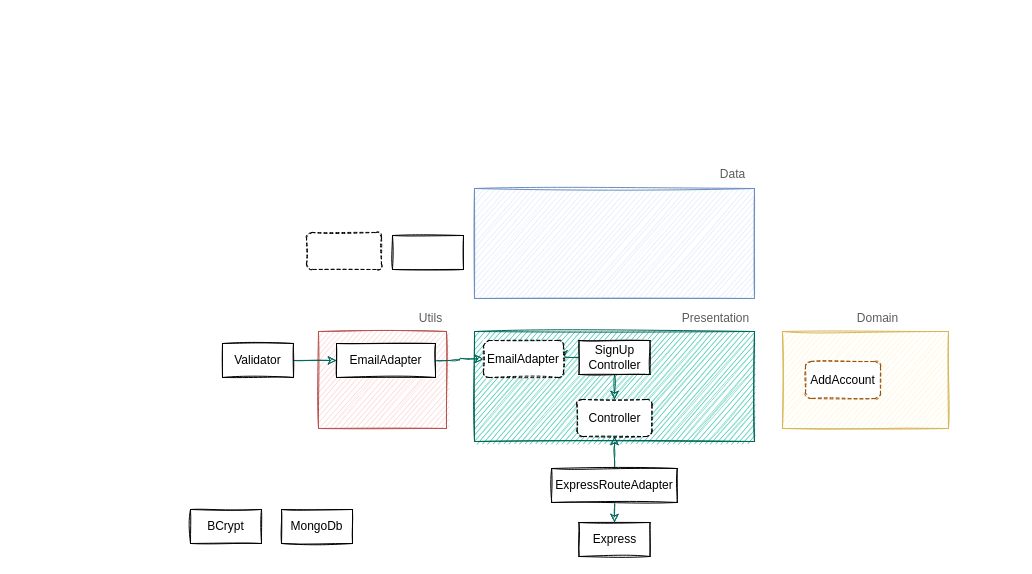
Above: Untitled Diagram.drawio in alioshr/Alioshr (draw.io), before the change. Source tidied: cells renumbered, new cells numbered last; positions are measured from the earlier drawing's top-left corner, leaving out a move shared by most shapes. Both pictures are drawn from the tidied source at 100%, with x=0, y=0 at pixel (190, 164).
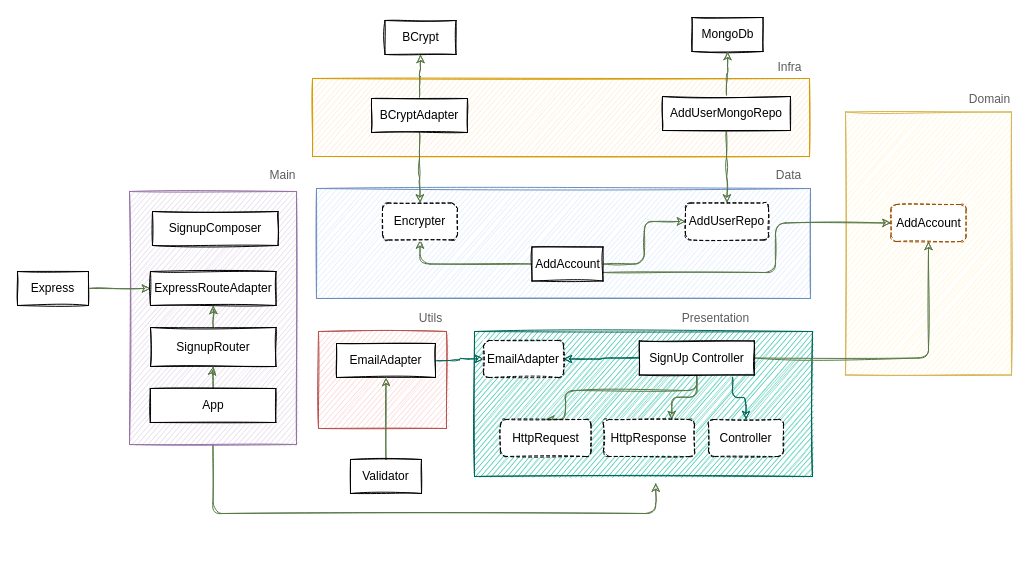
The same diagram, later.

Unchanged cells that the change refers to:
```xml
<mxCell id="26" value="EmailAdapter" style="rounded=0;whiteSpace=wrap;html=1;sketch=1;" parent="1" vertex="1">
  <mxGeometry x="146" y="179" width="99" height="34" as="geometry" />
</mxCell>
```

Diff of the diagram source:
```diff
@@
+    <mxCell id="28" style="rounded=0;whiteSpace=wrap;html=1;sketch=1;strokeColor=#d79b00;fillColor=#ffe6cc;" parent="1" vertex="1">
+      <mxGeometry x="122" y="-86" width="497" height="78" as="geometry" />
+    </mxCell>
+    <mxCell id="29" style="edgeStyle=orthogonalEdgeStyle;rounded=1;sketch=1;jettySize=auto;html=1;fontColor=#5C5C5C;strokeColor=#577845;fillColor=#21C0A5;entryX=0.536;entryY=1.045;entryDx=0;entryDy=0;entryPerimeter=0;exitX=0.5;exitY=1;exitDx=0;exitDy=0;" parent="1" edge="1" source="30" target="2">
+      <mxGeometry relative="1" as="geometry">
+        <Array as="points">
+          <mxPoint x="23" y="349" />
+          <mxPoint x="465" y="349" />
+        </Array>
+      </mxGeometry>
+    </mxCell>
+    <mxCell id="30" style="rounded=0;whiteSpace=wrap;html=1;sketch=1;strokeColor=#9673a6;fillColor=#e1d5e7;" parent="1" vertex="1">
+      <mxGeometry x="-61" y="27" width="167" height="253" as="geometry" />
+    </mxCell>
     <mxCell id="2" style="rounded=0;whiteSpace=wrap;html=1;sketch=1;fontColor=#5C5C5C;strokeColor=#006658;fillColor=#21C0A5;" parent="1" vertex="1">
-      <mxGeometry x="284" y="167" width="280" height="110" as="geometry" />
+      <mxGeometry x="284" y="167" width="338" height="145" as="geometry" />
     </mxCell>
@@
     <mxCell id="4" style="rounded=0;whiteSpace=wrap;html=1;sketch=1;strokeColor=#6c8ebf;fillColor=#dae8fc;" parent="1" vertex="1">
-      <mxGeometry x="284" y="24" width="280" height="110" as="geometry" />
+      <mxGeometry x="126" y="24" width="494" height="110" as="geometry" />
     </mxCell>
     <mxCell id="5" value="Data" style="text;html=1;align=center;verticalAlign=middle;strokeColor=none;fontColor=#5C5C5C;" parent="1" vertex="1">
-      <mxGeometry x="522" width="40" height="20" as="geometry" />
+      <mxGeometry x="578" y="1" width="40" height="20" as="geometry" />
     </mxCell>
     <mxCell id="6" style="rounded=0;whiteSpace=wrap;html=1;sketch=1;strokeColor=#d6b656;fillColor=#fff2cc;" parent="1" vertex="1">
-      <mxGeometry x="592" y="167" width="166" height="97" as="geometry" />
+      <mxGeometry x="655" y="-52.5" width="166" height="263" as="geometry" />
     </mxCell>
@@
     <mxCell id="8" value="Domain" style="text;html=1;align=center;verticalAlign=middle;strokeColor=none;fontColor=#5C5C5C;" parent="1" vertex="1">
-      <mxGeometry x="661" y="145" width="51" height="18" as="geometry" />
+      <mxGeometry x="773" y="-74" width="51" height="18" as="geometry" />
     </mxCell>
@@
-    <mxCell id="10" style="rounded=0;whiteSpace=wrap;html=1;sketch=1;" parent="1" vertex="1">
-      <mxGeometry x="202" y="71" width="71" height="34" as="geometry" />
-    </mxCell>
-    <mxCell id="11" style="rounded=1;whiteSpace=wrap;html=1;sketch=1;dashed=1;shadow=0;" parent="1" vertex="1">
-      <mxGeometry x="116" y="68" width="75" height="37" as="geometry" />
-    </mxCell>
-    <mxCell id="12" value="Express" style="rounded=0;whiteSpace=wrap;html=1;sketch=1;" parent="1" vertex="1">
-      <mxGeometry x="388.5" y="358" width="71" height="34" as="geometry" />
-    </mxCell>
-    <mxCell id="13" style="edgeStyle=orthogonalEdgeStyle;rounded=1;sketch=1;jettySize=auto;html=1;exitX=0.5;exitY=1;exitDx=0;exitDy=0;entryX=0.5;entryY=0;entryDx=0;entryDy=0;fontColor=#5C5C5C;strokeColor=#006658;fillColor=#21C0A5;" parent="1" edge="1" source="15" target="12">
-      <mxGeometry relative="1" as="geometry" />
+    <mxCell id="13" style="edgeStyle=orthogonalEdgeStyle;rounded=1;sketch=1;orthogonalLoop=1;jettySize=auto;html=1;exitX=0.5;exitY=1;exitDx=0;exitDy=0;entryX=0.5;entryY=0;entryDx=0;entryDy=0;fontColor=#5C5C5C;strokeColor=#006658;fillColor=#21C0A5;" parent="1" edge="1">
+      <mxGeometry relative="1" as="geometry">
+        <mxPoint x="424" y="443" as="targetPoint" />
+      </mxGeometry>
     </mxCell>
-    <mxCell id="14" style="edgeStyle=orthogonalEdgeStyle;rounded=1;sketch=1;jettySize=auto;html=1;fontColor=#5C5C5C;strokeColor=#006658;fillColor=#21C0A5;" parent="1" edge="1" source="15" target="16">
-      <mxGeometry relative="1" as="geometry" />
-    </mxCell>
-    <mxCell id="15" value="ExpressRouteAdapter" style="rounded=0;whiteSpace=wrap;html=1;sketch=1;" parent="1" vertex="1">
-      <mxGeometry x="361.2" y="304" width="125.5" height="34" as="geometry" />
-    </mxCell>
     <mxCell id="16" value="Controller" style="rounded=1;whiteSpace=wrap;html=1;sketch=1;dashed=1;shadow=0;" parent="1" vertex="1">
-      <mxGeometry x="386.5" y="235" width="75" height="37" as="geometry" />
+      <mxGeometry x="518" y="255" width="75" height="37" as="geometry" />
     </mxCell>
-    <mxCell id="17" style="edgeStyle=orthogonalEdgeStyle;rounded=1;sketch=1;jettySize=auto;html=1;exitX=0.5;exitY=1;exitDx=0;exitDy=0;entryX=0.5;entryY=0;entryDx=0;entryDy=0;fontColor=#5C5C5C;strokeColor=#006658;fillColor=#21C0A5;" parent="1" edge="1" source="19" target="16">
-      <mxGeometry relative="1" as="geometry" />
+    <mxCell id="17" style="edgeStyle=orthogonalEdgeStyle;rounded=1;sketch=1;jettySize=auto;html=1;exitX=0.811;exitY=1.074;exitDx=0;exitDy=0;entryX=0.5;entryY=0;entryDx=0;entryDy=0;fontColor=#5C5C5C;strokeColor=#006658;fillColor=#21C0A5;exitPerimeter=0;" parent="1" edge="1" source="19" target="16">
+      <mxGeometry relative="1" as="geometry">
+        <Array as="points">
+          <mxPoint x="542" y="233" />
+          <mxPoint x="556" y="233" />
+        </Array>
+      </mxGeometry>
     </mxCell>
@@
+    <mxCell id="31" style="edgeStyle=orthogonalEdgeStyle;rounded=1;sketch=1;jettySize=auto;html=1;entryX=0.5;entryY=1;entryDx=0;entryDy=0;fontColor=#5C5C5C;strokeColor=#577845;fillColor=#21C0A5;" parent="1" edge="1" source="19" target="20">
+      <mxGeometry relative="1" as="geometry" />
+    </mxCell>
+    <mxCell id="32" style="edgeStyle=orthogonalEdgeStyle;rounded=1;sketch=1;jettySize=auto;html=1;entryX=0.75;entryY=0;entryDx=0;entryDy=0;fontColor=#5C5C5C;strokeColor=#577845;fillColor=#21C0A5;" parent="1" edge="1" source="19" target="55">
+      <mxGeometry relative="1" as="geometry" />
+    </mxCell>
+    <mxCell id="33" style="edgeStyle=orthogonalEdgeStyle;rounded=1;sketch=1;jettySize=auto;html=1;entryX=0.5;entryY=0;entryDx=0;entryDy=0;fontColor=#5C5C5C;strokeColor=#577845;fillColor=#21C0A5;" parent="1" edge="1" source="19" target="54">
+      <mxGeometry relative="1" as="geometry">
+        <Array as="points">
+          <mxPoint x="506" y="226" />
+          <mxPoint x="375" y="226" />
+        </Array>
+      </mxGeometry>
+    </mxCell>
     <mxCell id="19" value="SignUp Controller" style="rounded=0;whiteSpace=wrap;html=1;sketch=1;" parent="1" vertex="1">
-      <mxGeometry x="388.5" y="176" width="71" height="34" as="geometry" />
+      <mxGeometry x="448.8" y="176.5" width="115" height="34" as="geometry" />
     </mxCell>
     <mxCell id="20" value="AddAccount" style="rounded=1;whiteSpace=wrap;html=1;sketch=1;dashed=1;shadow=0;strokeColor=#994C00;" parent="1" vertex="1">
-      <mxGeometry x="615" y="197" width="75" height="37" as="geometry" />
+      <mxGeometry x="700.5" y="40" width="75" height="37" as="geometry" />
     </mxCell>
     <mxCell id="21" value="MongoDb" style="rounded=0;whiteSpace=wrap;html=1;sketch=1;" parent="1" vertex="1">
-      <mxGeometry x="91" y="345" width="71" height="34" as="geometry" />
+      <mxGeometry x="501.5" y="-147" width="71" height="34" as="geometry" />
     </mxCell>
-    <mxCell id="22" style="edgeStyle=orthogonalEdgeStyle;rounded=1;sketch=1;jettySize=auto;html=1;exitX=1;exitY=0.5;exitDx=0;exitDy=0;fontColor=#5C5C5C;strokeColor=#006658;fillColor=#21C0A5;" parent="1" edge="1" source="23" target="26">
+    <mxCell id="22" style="edgeStyle=orthogonalEdgeStyle;rounded=1;sketch=1;jettySize=auto;html=1;entryX=0.5;entryY=1;entryDx=0;entryDy=0;fontColor=#5C5C5C;strokeColor=#577845;fillColor=#21C0A5;" parent="1" edge="1" source="23" target="26">
       <mxGeometry relative="1" as="geometry" />
     </mxCell>
     <mxCell id="23" value="Validator" style="rounded=0;whiteSpace=wrap;html=1;sketch=1;" parent="1" vertex="1">
-      <mxGeometry x="32" y="179" width="71" height="34" as="geometry" />
+      <mxGeometry x="160" y="295" width="71" height="34" as="geometry" />
     </mxCell>
     <mxCell id="24" value="BCrypt" style="rounded=0;whiteSpace=wrap;html=1;sketch=1;" parent="1" vertex="1">
-      <mxGeometry y="345" width="71" height="34" as="geometry" />
+      <mxGeometry x="194.5" y="-144" width="71" height="34" as="geometry" />
     </mxCell>
@@
+    <mxCell id="34" style="edgeStyle=orthogonalEdgeStyle;rounded=1;sketch=1;jettySize=auto;html=1;fontColor=#5C5C5C;strokeColor=#577845;fillColor=#21C0A5;" parent="1" edge="1" source="37" target="41">
+      <mxGeometry relative="1" as="geometry" />
+    </mxCell>
+    <mxCell id="35" style="edgeStyle=orthogonalEdgeStyle;rounded=1;sketch=1;jettySize=auto;html=1;entryX=0;entryY=0.5;entryDx=0;entryDy=0;fontColor=#5C5C5C;strokeColor=#577845;fillColor=#21C0A5;" parent="1" edge="1" source="37" target="20">
+      <mxGeometry relative="1" as="geometry">
+        <Array as="points">
+          <mxPoint x="585" y="108" />
+          <mxPoint x="585" y="59" />
+        </Array>
+      </mxGeometry>
+    </mxCell>
+    <mxCell id="36" style="edgeStyle=orthogonalEdgeStyle;rounded=1;sketch=1;jettySize=auto;html=1;entryX=0;entryY=0.5;entryDx=0;entryDy=0;fontColor=#5C5C5C;strokeColor=#577845;fillColor=#21C0A5;" parent="1" edge="1" source="37" target="46">
+      <mxGeometry relative="1" as="geometry" />
+    </mxCell>
+    <mxCell id="37" value="AddAccount" style="rounded=0;whiteSpace=wrap;html=1;sketch=1;" parent="1" vertex="1">
+      <mxGeometry x="341.5" y="82.5" width="71" height="34" as="geometry" />
+    </mxCell>
+    <mxCell id="38" style="edgeStyle=orthogonalEdgeStyle;rounded=1;sketch=1;jettySize=auto;html=1;fontColor=#5C5C5C;strokeColor=#577845;fillColor=#21C0A5;" parent="1" edge="1" source="40" target="41">
+      <mxGeometry relative="1" as="geometry" />
+    </mxCell>
+    <mxCell id="39" style="edgeStyle=orthogonalEdgeStyle;rounded=1;sketch=1;jettySize=auto;html=1;fontColor=#5C5C5C;strokeColor=#577845;fillColor=#21C0A5;" parent="1" edge="1" source="40" target="24">
+      <mxGeometry relative="1" as="geometry" />
+    </mxCell>
+    <mxCell id="40" value="BCryptAdapter" style="rounded=0;whiteSpace=wrap;html=1;sketch=1;" parent="1" vertex="1">
+      <mxGeometry x="181" y="-66" width="96" height="34" as="geometry" />
+    </mxCell>
+    <mxCell id="41" value="Encrypter" style="rounded=1;whiteSpace=wrap;html=1;sketch=1;dashed=1;shadow=0;" parent="1" vertex="1">
+      <mxGeometry x="192" y="38.5" width="75" height="37" as="geometry" />
+    </mxCell>
+    <mxCell id="42" value="Infra" style="text;html=1;align=center;verticalAlign=middle;strokeColor=none;fontColor=#5C5C5C;" parent="1" vertex="1">
+      <mxGeometry x="582" y="-106" width="34" height="18" as="geometry" />
+    </mxCell>
+    <mxCell id="43" style="edgeStyle=orthogonalEdgeStyle;rounded=1;sketch=1;jettySize=auto;html=1;fontColor=#5C5C5C;strokeColor=#577845;fillColor=#21C0A5;" parent="1" edge="1" source="45" target="21">
+      <mxGeometry relative="1" as="geometry" />
+    </mxCell>
+    <mxCell id="44" style="edgeStyle=orthogonalEdgeStyle;rounded=1;sketch=1;jettySize=auto;html=1;fontColor=#5C5C5C;strokeColor=#577845;fillColor=#21C0A5;" parent="1" edge="1" source="45" target="46">
+      <mxGeometry relative="1" as="geometry" />
+    </mxCell>
+    <mxCell id="45" value="AddUserMongoRepo" style="rounded=0;whiteSpace=wrap;html=1;sketch=1;" parent="1" vertex="1">
+      <mxGeometry x="472" y="-68" width="128" height="34" as="geometry" />
+    </mxCell>
+    <mxCell id="46" value="AddUserRepo" style="rounded=1;whiteSpace=wrap;html=1;sketch=1;dashed=1;shadow=0;" parent="1" vertex="1">
+      <mxGeometry x="495" y="38.5" width="83" height="37" as="geometry" />
+    </mxCell>
+    <mxCell id="47" value="Main" style="text;html=1;align=center;verticalAlign=middle;strokeColor=none;fontColor=#5C5C5C;" parent="1" vertex="1">
+      <mxGeometry x="74" y="2" width="36" height="18" as="geometry" />
+    </mxCell>
+    <mxCell id="48" style="edgeStyle=orthogonalEdgeStyle;rounded=1;sketch=1;jettySize=auto;html=1;entryX=0;entryY=0.5;entryDx=0;entryDy=0;fontColor=#5C5C5C;strokeColor=#577845;fillColor=#21C0A5;" parent="1" edge="1" source="12" target="15">
+      <mxGeometry relative="1" as="geometry" />
+    </mxCell>
+    <mxCell id="12" value="Express" style="rounded=0;whiteSpace=wrap;html=1;sketch=1;" parent="1" vertex="1">
+      <mxGeometry x="-173" y="107" width="71" height="34" as="geometry" />
+    </mxCell>
+    <mxCell id="15" value="ExpressRouteAdapter" style="rounded=0;whiteSpace=wrap;html=1;sketch=1;" parent="1" vertex="1">
+      <mxGeometry x="-40" y="107" width="125.5" height="34" as="geometry" />
+    </mxCell>
+    <mxCell id="49" value="SignupComposer" style="rounded=0;whiteSpace=wrap;html=1;sketch=1;" parent="1" vertex="1">
+      <mxGeometry x="-38" y="47" width="125.5" height="34" as="geometry" />
+    </mxCell>
+    <mxCell id="50" style="edgeStyle=orthogonalEdgeStyle;rounded=1;sketch=1;jettySize=auto;html=1;entryX=0.5;entryY=1;entryDx=0;entryDy=0;fontColor=#5C5C5C;strokeColor=#577845;fillColor=#21C0A5;" parent="1" edge="1" source="51" target="15">
+      <mxGeometry relative="1" as="geometry" />
+    </mxCell>
+    <mxCell id="51" value="SignupRouter" style="rounded=0;whiteSpace=wrap;html=1;sketch=1;" parent="1" vertex="1">
+      <mxGeometry x="-40" y="163" width="125.5" height="39" as="geometry" />
+    </mxCell>
+    <mxCell id="52" style="edgeStyle=orthogonalEdgeStyle;rounded=1;sketch=1;jettySize=auto;html=1;fontColor=#5C5C5C;strokeColor=#577845;fillColor=#21C0A5;" parent="1" edge="1" source="53" target="51">
+      <mxGeometry relative="1" as="geometry" />
+    </mxCell>
+    <mxCell id="53" value="App" style="rounded=0;whiteSpace=wrap;html=1;sketch=1;" parent="1" vertex="1">
+      <mxGeometry x="-40.2" y="224" width="125.5" height="34" as="geometry" />
+    </mxCell>
+    <mxCell id="54" value="HttpRequest" style="rounded=1;whiteSpace=wrap;html=1;sketch=1;dashed=1;shadow=0;" parent="1" vertex="1">
+      <mxGeometry x="310" y="255" width="90.5" height="37" as="geometry" />
+    </mxCell>
+    <mxCell id="55" value="HttpResponse" style="rounded=1;whiteSpace=wrap;html=1;sketch=1;dashed=1;shadow=0;" parent="1" vertex="1">
+      <mxGeometry x="413" y="255" width="91" height="37" as="geometry" />
+    </mxCell>
```
